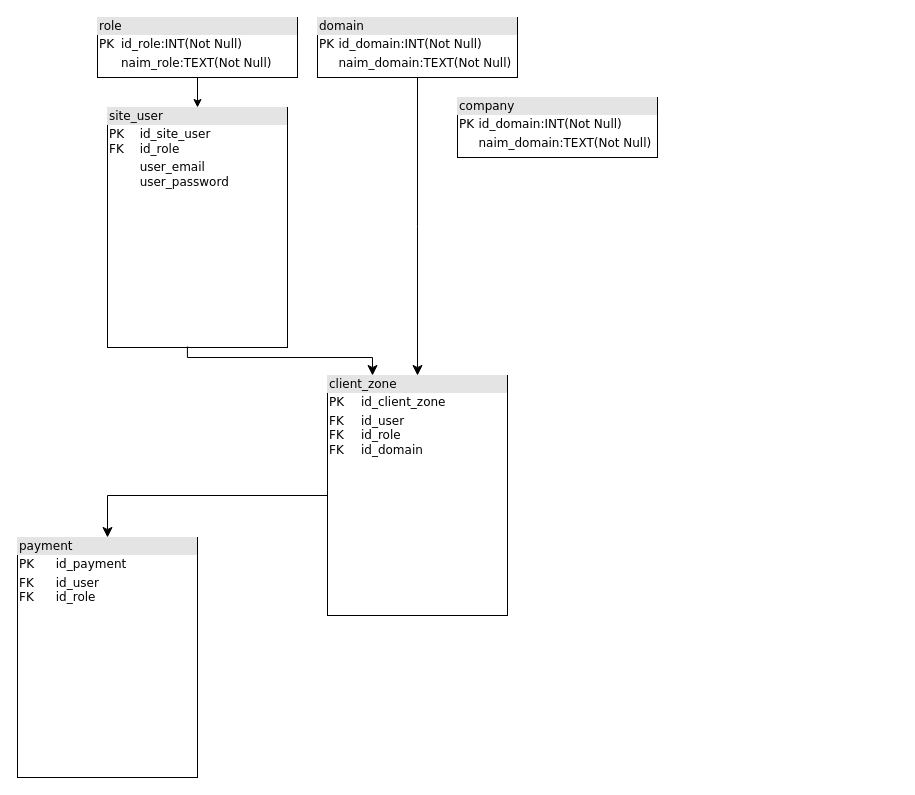
Scykorr/inout_project keeps this draw.io diagram as payment_gateway/payment_gateway.drawio. Above is the earlier version. Source tidied: cells renumbered, new cells numbered last; positions are measured from the earlier drawing's top-left corner, leaving out a move shared by most shapes. Both pictures are drawn from the tidied source at 100%, with x=0, y=0 at pixel (17, 17).
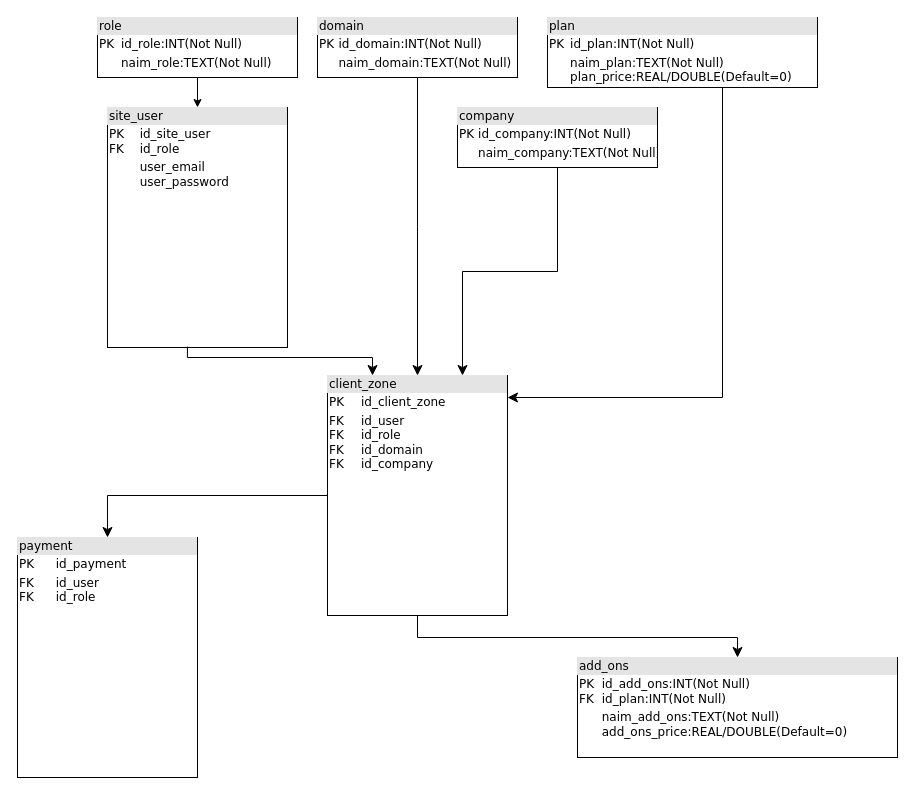
The same page after the edit.

The edit, as a diff of the source:
```diff
@@
-    <mxCell id="7" value="&lt;div style=&quot;box-sizing: border-box ; width: 100% ; background: #e4e4e4 ; padding: 2px&quot;&gt;client_zone&lt;/div&gt;&lt;table style=&quot;width: 100% ; font-size: 1em&quot; cellpadding=&quot;2&quot; cellspacing=&quot;0&quot;&gt;&lt;tbody&gt;&lt;tr&gt;&lt;td&gt;PK&lt;/td&gt;&lt;td&gt;id_client_zone&lt;/td&gt;&lt;/tr&gt;&lt;tr&gt;&lt;td&gt;FK&lt;br&gt;FK&lt;br&gt;FK&lt;/td&gt;&lt;td&gt;id_user&lt;br&gt;id_role&lt;br&gt;id_domain&lt;/td&gt;&lt;/tr&gt;&lt;tr&gt;&lt;td&gt;&lt;/td&gt;&lt;td&gt;&lt;/td&gt;&lt;/tr&gt;&lt;/tbody&gt;&lt;/table&gt;" style="verticalAlign=top;align=left;overflow=fill;html=1;rounded=0;shadow=0;comic=0;labelBackgroundColor=none;strokeWidth=1;fontFamily=Verdana;fontSize=12;" parent="1" vertex="1">
+    <mxCell id="7" value="&lt;div style=&quot;box-sizing: border-box ; width: 100% ; background: #e4e4e4 ; padding: 2px&quot;&gt;client_zone&lt;/div&gt;&lt;table style=&quot;width: 100% ; font-size: 1em&quot; cellpadding=&quot;2&quot; cellspacing=&quot;0&quot;&gt;&lt;tbody&gt;&lt;tr&gt;&lt;td&gt;PK&lt;/td&gt;&lt;td&gt;id_client_zone&lt;/td&gt;&lt;/tr&gt;&lt;tr&gt;&lt;td&gt;FK&lt;br&gt;FK&lt;br&gt;FK&lt;br&gt;FK&lt;/td&gt;&lt;td&gt;id_user&lt;br&gt;id_role&lt;br&gt;id_domain&lt;br&gt;id_company&lt;/td&gt;&lt;/tr&gt;&lt;tr&gt;&lt;td&gt;&lt;/td&gt;&lt;td&gt;&lt;/td&gt;&lt;/tr&gt;&lt;/tbody&gt;&lt;/table&gt;" style="verticalAlign=top;align=left;overflow=fill;html=1;rounded=0;shadow=0;comic=0;labelBackgroundColor=none;strokeWidth=1;fontFamily=Verdana;fontSize=12;" parent="1" vertex="1">
       <mxGeometry x="310" y="358" width="180" height="240" as="geometry" />
     </mxCell>
@@
-    <mxCell id="11" value="&lt;div style=&quot;box-sizing: border-box ; width: 100% ; background: #e4e4e4 ; padding: 2px&quot;&gt;company&lt;/div&gt;&lt;table style=&quot;width: 100% ; font-size: 1em&quot; cellpadding=&quot;2&quot; cellspacing=&quot;0&quot;&gt;&lt;tbody&gt;&lt;tr&gt;&lt;td&gt;PK&lt;/td&gt;&lt;td&gt;id_domain:INT(Not Null)&lt;/td&gt;&lt;/tr&gt;&lt;tr&gt;&lt;td&gt;&lt;br&gt;&lt;/td&gt;&lt;td&gt;naim_domain:TEXT(Not Null)&lt;/td&gt;&lt;/tr&gt;&lt;tr&gt;&lt;td&gt;&lt;/td&gt;&lt;td&gt;&lt;/td&gt;&lt;/tr&gt;&lt;/tbody&gt;&lt;/table&gt;" style="verticalAlign=top;align=left;overflow=fill;html=1;rounded=0;shadow=0;comic=0;labelBackgroundColor=none;strokeWidth=1;fontFamily=Verdana;fontSize=12;" parent="1" vertex="1">
-      <mxGeometry x="440" y="80" width="200" height="60" as="geometry" />
+    <mxCell id="11" value="&lt;div style=&quot;box-sizing: border-box ; width: 100% ; background: #e4e4e4 ; padding: 2px&quot;&gt;company&lt;/div&gt;&lt;table style=&quot;width: 100% ; font-size: 1em&quot; cellpadding=&quot;2&quot; cellspacing=&quot;0&quot;&gt;&lt;tbody&gt;&lt;tr&gt;&lt;td&gt;PK&lt;/td&gt;&lt;td&gt;id_company:INT(Not Null)&lt;/td&gt;&lt;/tr&gt;&lt;tr&gt;&lt;td&gt;&lt;br&gt;&lt;/td&gt;&lt;td&gt;naim_company:TEXT(Not Null)&lt;/td&gt;&lt;/tr&gt;&lt;tr&gt;&lt;td&gt;&lt;/td&gt;&lt;td&gt;&lt;/td&gt;&lt;/tr&gt;&lt;/tbody&gt;&lt;/table&gt;" style="verticalAlign=top;align=left;overflow=fill;html=1;rounded=0;shadow=0;comic=0;labelBackgroundColor=none;strokeWidth=1;fontFamily=Verdana;fontSize=12;" parent="1" vertex="1">
+      <mxGeometry x="440" y="90" width="200" height="60" as="geometry" />
     </mxCell>
+    <mxCell id="12" style="edgeStyle=elbowEdgeStyle;elbow=vertical;endArrow=classic;html=1;curved=0;rounded=0;endSize=8;startSize=8;exitX=0.5;exitY=1;exitDx=0;exitDy=0;entryX=0.75;entryY=0;entryDx=0;entryDy=0;" parent="1" edge="1" source="11" target="7">
+      <mxGeometry relative="1" as="geometry" />
+    </mxCell>
+    <mxCell id="13" value="&lt;div style=&quot;box-sizing: border-box ; width: 100% ; background: #e4e4e4 ; padding: 2px&quot;&gt;plan&lt;/div&gt;&lt;table style=&quot;width: 100% ; font-size: 1em&quot; cellpadding=&quot;2&quot; cellspacing=&quot;0&quot;&gt;&lt;tbody&gt;&lt;tr&gt;&lt;td&gt;PK&lt;/td&gt;&lt;td&gt;id_plan:INT(Not Null)&lt;/td&gt;&lt;/tr&gt;&lt;tr&gt;&lt;td&gt;&lt;br&gt;&lt;/td&gt;&lt;td&gt;naim_plan:TEXT(Not Null)&lt;br&gt;plan_price:REAL/DOUBLE(Default=0)&lt;/td&gt;&lt;/tr&gt;&lt;/tbody&gt;&lt;/table&gt;" style="verticalAlign=top;align=left;overflow=fill;html=1;rounded=0;shadow=0;comic=0;labelBackgroundColor=none;strokeWidth=1;fontFamily=Verdana;fontSize=12;" parent="1" vertex="1">
+      <mxGeometry x="530" width="270" height="70" as="geometry" />
+    </mxCell>
+    <mxCell id="14" value="&lt;div style=&quot;box-sizing: border-box ; width: 100% ; background: #e4e4e4 ; padding: 2px&quot;&gt;add_ons&lt;/div&gt;&lt;table style=&quot;width: 100% ; font-size: 1em&quot; cellpadding=&quot;2&quot; cellspacing=&quot;0&quot;&gt;&lt;tbody&gt;&lt;tr&gt;&lt;td&gt;PK&lt;br&gt;FK&lt;/td&gt;&lt;td&gt;id_add_ons:INT(Not Null)&lt;br&gt;id_plan:INT(Not Null)&lt;br&gt;&lt;/td&gt;&lt;/tr&gt;&lt;tr&gt;&lt;td&gt;&lt;br&gt;&lt;/td&gt;&lt;td&gt;naim_add_ons:TEXT(Not Null)&lt;br&gt;add_ons_price:REAL/DOUBLE(Default=0)&lt;br&gt;&lt;/td&gt;&lt;/tr&gt;&lt;/tbody&gt;&lt;/table&gt;" style="verticalAlign=top;align=left;overflow=fill;html=1;rounded=0;shadow=0;comic=0;labelBackgroundColor=none;strokeWidth=1;fontFamily=Verdana;fontSize=12;" parent="1" vertex="1">
+      <mxGeometry x="560" y="640" width="320" height="100" as="geometry" />
+    </mxCell>
+    <mxCell id="15" style="edgeStyle=segmentEdgeStyle;endArrow=classic;html=1;curved=0;rounded=0;endSize=8;startSize=8;exitX=0.5;exitY=1;exitDx=0;exitDy=0;" parent="1" edge="1" source="13">
+      <mxGeometry relative="1" as="geometry">
+        <mxPoint x="490" y="380" as="targetPoint" />
+        <Array as="points">
+          <mxPoint x="705" y="70" />
+          <mxPoint x="705" y="380" />
+          <mxPoint x="490" y="380" />
+        </Array>
+      </mxGeometry>
+    </mxCell>
+    <mxCell id="16" style="edgeStyle=segmentEdgeStyle;endArrow=classic;html=1;curved=0;rounded=0;endSize=8;startSize=8;exitX=0.5;exitY=1;exitDx=0;exitDy=0;entryX=0.5;entryY=0;entryDx=0;entryDy=0;" parent="1" edge="1" source="7" target="14">
+      <mxGeometry relative="1" as="geometry">
+        <Array as="points">
+          <mxPoint x="400" y="620" />
+          <mxPoint x="720" y="620" />
+        </Array>
+      </mxGeometry>
+    </mxCell>
```
